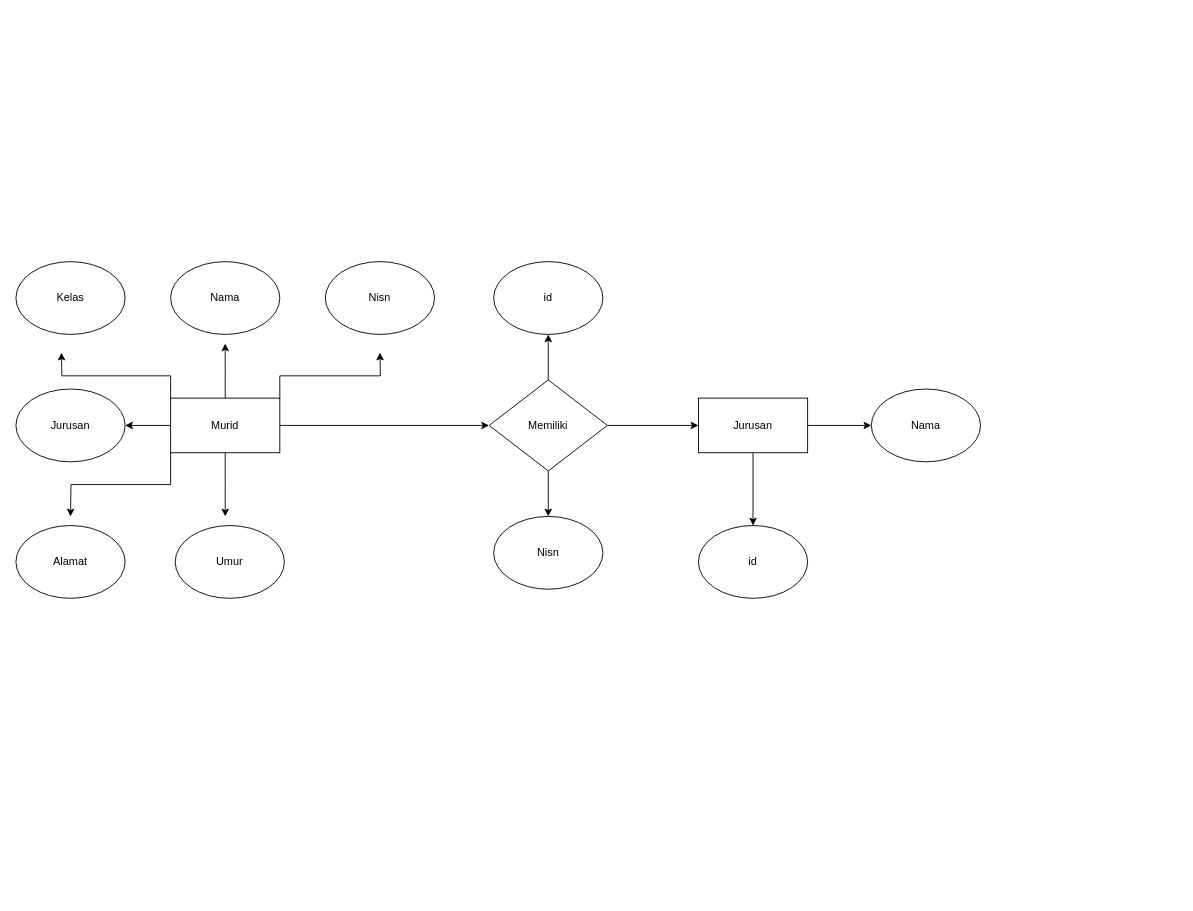
mirzadfrpl/draw keeps this draw.io diagram as Untitled Diagram.drawio. Above is the earlier version. Source tidied: cells renumbered, new cells numbered last; positions are measured from the earlier drawing's top-left corner, leaving out a move shared by most shapes. Both pictures are drawn from the tidied source at 91%, with x=0, y=0 at pixel (15, 261).
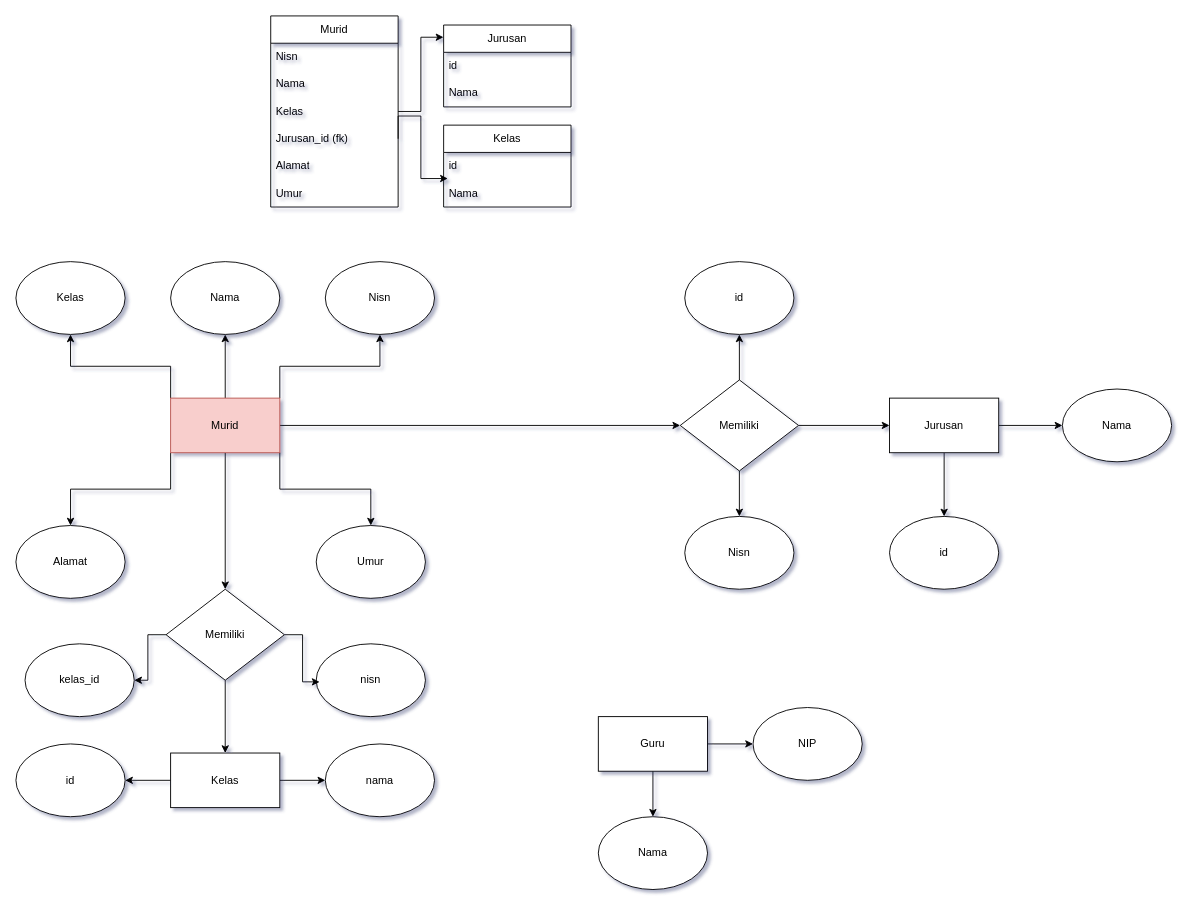
Above is the later version.

The change refers to these unchanged cells:
```xml
<mxCell id="14" value="Nama" style="ellipse;whiteSpace=wrap;html=1;" parent="1" vertex="1">
  <mxGeometry x="170" width="120" height="80" as="geometry" />
</mxCell>
<mxCell id="15" value="Nisn" style="ellipse;whiteSpace=wrap;html=1;" parent="1" vertex="1">
  <mxGeometry x="340" width="120" height="80" as="geometry" />
</mxCell>
<mxCell id="16" value="Kelas" style="ellipse;whiteSpace=wrap;html=1;" parent="1" vertex="1">
  <mxGeometry width="120" height="80" as="geometry" />
</mxCell>
<mxCell id="17" value="Alamat" style="ellipse;whiteSpace=wrap;html=1;" parent="1" vertex="1">
  <mxGeometry y="290" width="120" height="80" as="geometry" />
</mxCell>
```

What changed in the source:
```diff
@@
-<mxGraphModel>
+<mxGraphModel background="#ffffff" shadow="1">
@@
     <mxCell id="5" value="Memiliki" style="rhombus;whiteSpace=wrap;html=1;" parent="1" vertex="1">
-      <mxGeometry x="520" y="130" width="130" height="100" as="geometry" />
+      <mxGeometry x="730" y="130" width="130" height="100" as="geometry" />
     </mxCell>
-    <mxCell id="6" style="edgeStyle=orthogonalEdgeStyle;rounded=0;jettySize=auto;html=1;exitX=0.5;exitY=0;exitDx=0;exitDy=0;" parent="1" edge="1" source="13">
-      <mxGeometry relative="1" as="geometry">
-        <mxPoint x="230" y="90" as="targetPoint" />
-      </mxGeometry>
+    <mxCell id="6" style="edgeStyle=orthogonalEdgeStyle;rounded=0;jettySize=auto;html=1;exitX=0.5;exitY=0;exitDx=0;exitDy=0;" parent="1" edge="1" source="13" target="14">
+      <mxGeometry relative="1" as="geometry" />
     </mxCell>
-    <mxCell id="7" style="edgeStyle=orthogonalEdgeStyle;rounded=0;jettySize=auto;html=1;exitX=0.5;exitY=1;exitDx=0;exitDy=0;" parent="1" edge="1" source="13">
-      <mxGeometry relative="1" as="geometry">
-        <mxPoint x="230" y="280" as="targetPoint" />
-      </mxGeometry>
-    </mxCell>
-    <mxCell id="8" style="edgeStyle=orthogonalEdgeStyle;rounded=0;jettySize=auto;html=1;exitX=0;exitY=1;exitDx=0;exitDy=0;" parent="1" edge="1" source="13">
-      <mxGeometry relative="1" as="geometry">
-        <mxPoint x="60" y="280" as="targetPoint" />
-      </mxGeometry>
+    <mxCell id="8" style="edgeStyle=orthogonalEdgeStyle;rounded=0;jettySize=auto;html=1;exitX=0;exitY=1;exitDx=0;exitDy=0;" parent="1" edge="1" source="13" target="17">
+      <mxGeometry relative="1" as="geometry" />
     </mxCell>
-    <mxCell id="9" style="edgeStyle=orthogonalEdgeStyle;rounded=0;jettySize=auto;html=1;exitX=0;exitY=0;exitDx=0;exitDy=0;" parent="1" edge="1" source="13">
-      <mxGeometry relative="1" as="geometry">
-        <mxPoint x="50" y="100" as="targetPoint" />
-      </mxGeometry>
+    <mxCell id="9" style="edgeStyle=orthogonalEdgeStyle;rounded=0;jettySize=auto;html=1;exitX=0;exitY=0;exitDx=0;exitDy=0;" parent="1" edge="1" source="13" target="16">
+      <mxGeometry relative="1" as="geometry" />
     </mxCell>
-    <mxCell id="10" style="edgeStyle=orthogonalEdgeStyle;rounded=0;jettySize=auto;html=1;exitX=1;exitY=0;exitDx=0;exitDy=0;" parent="1" edge="1" source="13">
-      <mxGeometry relative="1" as="geometry">
-        <mxPoint x="400" y="100" as="targetPoint" />
-      </mxGeometry>
+    <mxCell id="10" style="edgeStyle=orthogonalEdgeStyle;rounded=0;jettySize=auto;html=1;exitX=1;exitY=0;exitDx=0;exitDy=0;" parent="1" edge="1" source="13" target="15">
+      <mxGeometry relative="1" as="geometry" />
     </mxCell>
-    <mxCell id="11" style="edgeStyle=orthogonalEdgeStyle;rounded=0;jettySize=auto;html=1;exitX=0;exitY=0.5;exitDx=0;exitDy=0;entryX=1;entryY=0.5;entryDx=0;entryDy=0;" parent="1" edge="1" source="13" target="24">
-      <mxGeometry relative="1" as="geometry" />
-    </mxCell>
@@
+    <mxCell id="27" style="edgeStyle=orthogonalEdgeStyle;rounded=0;jettySize=auto;html=1;exitX=1;exitY=1;exitDx=0;exitDy=0;" parent="1" edge="1" source="13" target="18">
+      <mxGeometry relative="1" as="geometry" />
+    </mxCell>
+    <mxCell id="28" style="edgeStyle=orthogonalEdgeStyle;rounded=0;jettySize=auto;html=1;exitX=0.5;exitY=1;exitDx=0;exitDy=0;" parent="1" edge="1" source="13" target="50">
+      <mxGeometry relative="1" as="geometry" />
+    </mxCell>
-    <mxCell id="13" value="Murid" style="rounded=0;whiteSpace=wrap;html=1;strokeColor=default;" parent="1" vertex="1">
+    <mxCell id="13" value="Murid" style="rounded=0;whiteSpace=wrap;html=1;strokeColor=#b85450;fillColor=#f8cecc;" parent="1" vertex="1">
       <mxGeometry x="170" y="150" width="120" height="60" as="geometry" />
     </mxCell>
@@
     <mxCell id="18" value="Umur" style="ellipse;whiteSpace=wrap;html=1;" parent="1" vertex="1">
-      <mxGeometry x="175" y="290" width="120" height="80" as="geometry" />
+      <mxGeometry x="330" y="290" width="120" height="80" as="geometry" />
     </mxCell>
@@
     <mxCell id="21" value="Jurusan" style="rounded=0;whiteSpace=wrap;html=1;" parent="1" vertex="1">
-      <mxGeometry x="750" y="150" width="120" height="60" as="geometry" />
+      <mxGeometry x="960" y="150" width="120" height="60" as="geometry" />
     </mxCell>
     <mxCell id="22" value="id" style="ellipse;whiteSpace=wrap;html=1;" parent="1" vertex="1">
-      <mxGeometry x="750" y="290" width="120" height="80" as="geometry" />
+      <mxGeometry x="960" y="280" width="120" height="80" as="geometry" />
     </mxCell>
     <mxCell id="23" value="Nama" style="ellipse;whiteSpace=wrap;html=1;" parent="1" vertex="1">
-      <mxGeometry x="940" y="140" width="120" height="80" as="geometry" />
+      <mxGeometry x="1150" y="140" width="120" height="80" as="geometry" />
     </mxCell>
-    <mxCell id="24" value="Jurusan" style="ellipse;whiteSpace=wrap;html=1;" parent="1" vertex="1">
-      <mxGeometry y="140" width="120" height="80" as="geometry" />
-    </mxCell>
     <mxCell id="25" value="Nisn" style="ellipse;whiteSpace=wrap;html=1;" parent="1" vertex="1">
-      <mxGeometry x="525" y="280" width="120" height="80" as="geometry" />
+      <mxGeometry x="735" y="280" width="120" height="80" as="geometry" />
     </mxCell>
     <mxCell id="26" value="id" style="ellipse;whiteSpace=wrap;html=1;" parent="1" vertex="1">
-      <mxGeometry x="525" width="120" height="80" as="geometry" />
+      <mxGeometry x="735" width="120" height="80" as="geometry" />
     </mxCell>
+    <mxCell id="29" value="Murid" style="swimlane;fontStyle=0;horizontal=1;startSize=30;whiteSpace=wrap;html=1;" parent="1" vertex="1">
+      <mxGeometry x="280" y="-270" width="140" height="210" as="geometry" />
+    </mxCell>
+    <mxCell id="30" value="Nisn" style="text;strokeColor=none;fillColor=none;align=left;verticalAlign=middle;spacingLeft=4;spacingRight=4;overflow=hidden;whiteSpace=wrap;html=1;" parent="29" vertex="1">
+      <mxGeometry y="30" width="140" height="30" as="geometry" />
+    </mxCell>
+    <mxCell id="31" value="Nama" style="text;strokeColor=none;fillColor=none;align=left;verticalAlign=middle;spacingLeft=4;spacingRight=4;overflow=hidden;whiteSpace=wrap;html=1;" parent="29" vertex="1">
+      <mxGeometry y="60" width="140" height="30" as="geometry" />
+    </mxCell>
+    <mxCell id="32" value="Kelas" style="text;strokeColor=none;fillColor=none;align=left;verticalAlign=middle;spacingLeft=4;spacingRight=4;overflow=hidden;points=[[0,0.5],[1,0.5]];portConstraint=eastwest;whiteSpace=wrap;html=1;" parent="29" vertex="1">
+      <mxGeometry y="90" width="140" height="30" as="geometry" />
+    </mxCell>
+    <mxCell id="33" value="Jurusan_id (fk)" style="text;strokeColor=none;fillColor=none;align=left;verticalAlign=middle;spacingLeft=4;spacingRight=4;overflow=hidden;points=[[0,0.5],[1,0.5]];portConstraint=eastwest;whiteSpace=wrap;html=1;" parent="29" vertex="1">
+      <mxGeometry y="120" width="140" height="30" as="geometry" />
+    </mxCell>
+    <mxCell id="34" value="Alamat" style="text;strokeColor=none;fillColor=none;align=left;verticalAlign=middle;spacingLeft=4;spacingRight=4;overflow=hidden;whiteSpace=wrap;html=1;" parent="29" vertex="1">
+      <mxGeometry y="150" width="140" height="30" as="geometry" />
+    </mxCell>
+    <mxCell id="35" value="Umur" style="text;strokeColor=none;fillColor=none;align=left;verticalAlign=middle;spacingLeft=4;spacingRight=4;overflow=hidden;whiteSpace=wrap;html=1;" parent="29" vertex="1">
+      <mxGeometry y="180" width="140" height="30" as="geometry" />
+    </mxCell>
+    <mxCell id="24" value="Jurusan" style="swimlane;fontStyle=0;horizontal=1;startSize=30;whiteSpace=wrap;html=1;" parent="1" vertex="1">
+      <mxGeometry x="470" y="-260" width="140" height="90" as="geometry" />
+    </mxCell>
+    <mxCell id="36" value="id" style="text;strokeColor=none;fillColor=none;align=left;verticalAlign=middle;spacingLeft=4;spacingRight=4;overflow=hidden;whiteSpace=wrap;html=1;" parent="24" vertex="1">
+      <mxGeometry y="30" width="140" height="30" as="geometry" />
+    </mxCell>
+    <mxCell id="37" value="Nama" style="text;strokeColor=none;fillColor=none;align=left;verticalAlign=middle;spacingLeft=4;spacingRight=4;overflow=hidden;whiteSpace=wrap;html=1;" parent="24" vertex="1">
+      <mxGeometry y="60" width="140" height="30" as="geometry" />
+    </mxCell>
+    <mxCell id="38" style="edgeStyle=orthogonalEdgeStyle;rounded=0;jettySize=auto;html=1;exitX=0.5;exitY=1;exitDx=0;exitDy=0;" parent="1" edge="1" source="40" target="41">
+      <mxGeometry relative="1" as="geometry" />
+    </mxCell>
+    <mxCell id="39" style="edgeStyle=orthogonalEdgeStyle;rounded=0;jettySize=auto;html=1;exitX=1;exitY=0.5;exitDx=0;exitDy=0;entryX=0;entryY=0.5;entryDx=0;entryDy=0;" parent="1" edge="1" source="40" target="42">
+      <mxGeometry relative="1" as="geometry" />
+    </mxCell>
+    <mxCell id="40" value="Guru" style="rounded=0;whiteSpace=wrap;html=1;strokeColor=default;" parent="1" vertex="1">
+      <mxGeometry x="640" y="500" width="120" height="60" as="geometry" />
+    </mxCell>
+    <mxCell id="41" value="Nama" style="ellipse;whiteSpace=wrap;html=1;" parent="1" vertex="1">
+      <mxGeometry x="640" y="610" width="120" height="80" as="geometry" />
+    </mxCell>
+    <mxCell id="42" value="NIP" style="ellipse;whiteSpace=wrap;html=1;" parent="1" vertex="1">
+      <mxGeometry x="810" y="490" width="120" height="80" as="geometry" />
+    </mxCell>
+    <mxCell id="43" style="edgeStyle=orthogonalEdgeStyle;rounded=0;jettySize=auto;html=1;exitX=0;exitY=0.5;exitDx=0;exitDy=0;entryX=1;entryY=0.5;entryDx=0;entryDy=0;" parent="1" edge="1" source="45" target="47">
+      <mxGeometry relative="1" as="geometry" />
+    </mxCell>
+    <mxCell id="44" style="edgeStyle=orthogonalEdgeStyle;rounded=0;jettySize=auto;html=1;exitX=1;exitY=0.5;exitDx=0;exitDy=0;entryX=0;entryY=0.5;entryDx=0;entryDy=0;" parent="1" edge="1" source="45" target="46">
+      <mxGeometry relative="1" as="geometry" />
+    </mxCell>
+    <mxCell id="45" value="Kelas" style="rounded=0;whiteSpace=wrap;html=1;strokeColor=default;" parent="1" vertex="1">
+      <mxGeometry x="170" y="540" width="120" height="60" as="geometry" />
+    </mxCell>
+    <mxCell id="46" value="nama" style="ellipse;whiteSpace=wrap;html=1;" parent="1" vertex="1">
+      <mxGeometry x="340" y="530" width="120" height="80" as="geometry" />
+    </mxCell>
+    <mxCell id="47" value="id" style="ellipse;whiteSpace=wrap;html=1;" parent="1" vertex="1">
+      <mxGeometry y="530" width="120" height="80" as="geometry" />
+    </mxCell>
+    <mxCell id="48" style="edgeStyle=orthogonalEdgeStyle;rounded=0;jettySize=auto;html=1;exitX=0.5;exitY=1;exitDx=0;exitDy=0;entryX=0.5;entryY=0;entryDx=0;entryDy=0;" parent="1" edge="1" source="50" target="45">
+      <mxGeometry relative="1" as="geometry" />
+    </mxCell>
+    <mxCell id="49" style="edgeStyle=orthogonalEdgeStyle;rounded=0;jettySize=auto;html=1;exitX=0;exitY=0.5;exitDx=0;exitDy=0;entryX=1;entryY=0.5;entryDx=0;entryDy=0;" parent="1" edge="1" source="50" target="51">
+      <mxGeometry relative="1" as="geometry" />
+    </mxCell>
+    <mxCell id="50" value="Memiliki" style="rhombus;whiteSpace=wrap;html=1;" parent="1" vertex="1">
+      <mxGeometry x="165" y="360" width="130" height="100" as="geometry" />
+    </mxCell>
+    <mxCell id="51" value="kelas_id" style="ellipse;whiteSpace=wrap;html=1;" parent="1" vertex="1">
+      <mxGeometry x="10" y="420" width="120" height="80" as="geometry" />
+    </mxCell>
+    <mxCell id="52" value="nisn" style="ellipse;whiteSpace=wrap;html=1;" parent="1" vertex="1">
+      <mxGeometry x="330" y="420" width="120" height="80" as="geometry" />
+    </mxCell>
+    <mxCell id="53" style="edgeStyle=orthogonalEdgeStyle;rounded=0;jettySize=auto;html=1;exitX=1;exitY=0.5;exitDx=0;exitDy=0;entryX=0.031;entryY=0.523;entryDx=0;entryDy=0;entryPerimeter=0;" parent="1" edge="1" source="50" target="52">
+      <mxGeometry relative="1" as="geometry" />
+    </mxCell>
+    <mxCell id="54" value="Kelas" style="swimlane;fontStyle=0;horizontal=1;startSize=30;whiteSpace=wrap;html=1;" parent="1" vertex="1">
+      <mxGeometry x="470" y="-150" width="140" height="90" as="geometry" />
+    </mxCell>
+    <mxCell id="55" value="id" style="text;strokeColor=none;fillColor=none;align=left;verticalAlign=middle;spacingLeft=4;spacingRight=4;overflow=hidden;whiteSpace=wrap;html=1;" parent="54" vertex="1">
+      <mxGeometry y="30" width="140" height="30" as="geometry" />
+    </mxCell>
+    <mxCell id="56" value="Nama" style="text;strokeColor=none;fillColor=none;align=left;verticalAlign=middle;spacingLeft=4;spacingRight=4;overflow=hidden;points=[[0,0.5],[1,0.5]];portConstraint=eastwest;whiteSpace=wrap;html=1;" parent="54" vertex="1">
+      <mxGeometry y="60" width="140" height="30" as="geometry" />
+    </mxCell>
+    <mxCell id="57" style="edgeStyle=orthogonalEdgeStyle;rounded=0;jettySize=auto;html=1;exitX=1;exitY=0.5;exitDx=0;exitDy=0;entryX=0.033;entryY=-0.044;entryDx=0;entryDy=0;entryPerimeter=0;" parent="1" edge="1" source="33" target="56">
+      <mxGeometry relative="1" as="geometry">
+        <Array as="points">
+          <mxPoint x="420" y="-160" />
+          <mxPoint x="445" y="-160" />
+          <mxPoint x="445" y="-91" />
+        </Array>
+      </mxGeometry>
+    </mxCell>
+    <mxCell id="58" style="edgeStyle=orthogonalEdgeStyle;rounded=0;jettySize=auto;html=1;exitX=1;exitY=0.5;exitDx=0;exitDy=0;entryX=-0.001;entryY=0.149;entryDx=0;entryDy=0;entryPerimeter=0;" parent="1" edge="1" source="32" target="24">
+      <mxGeometry relative="1" as="geometry" />
+    </mxCell>
```
